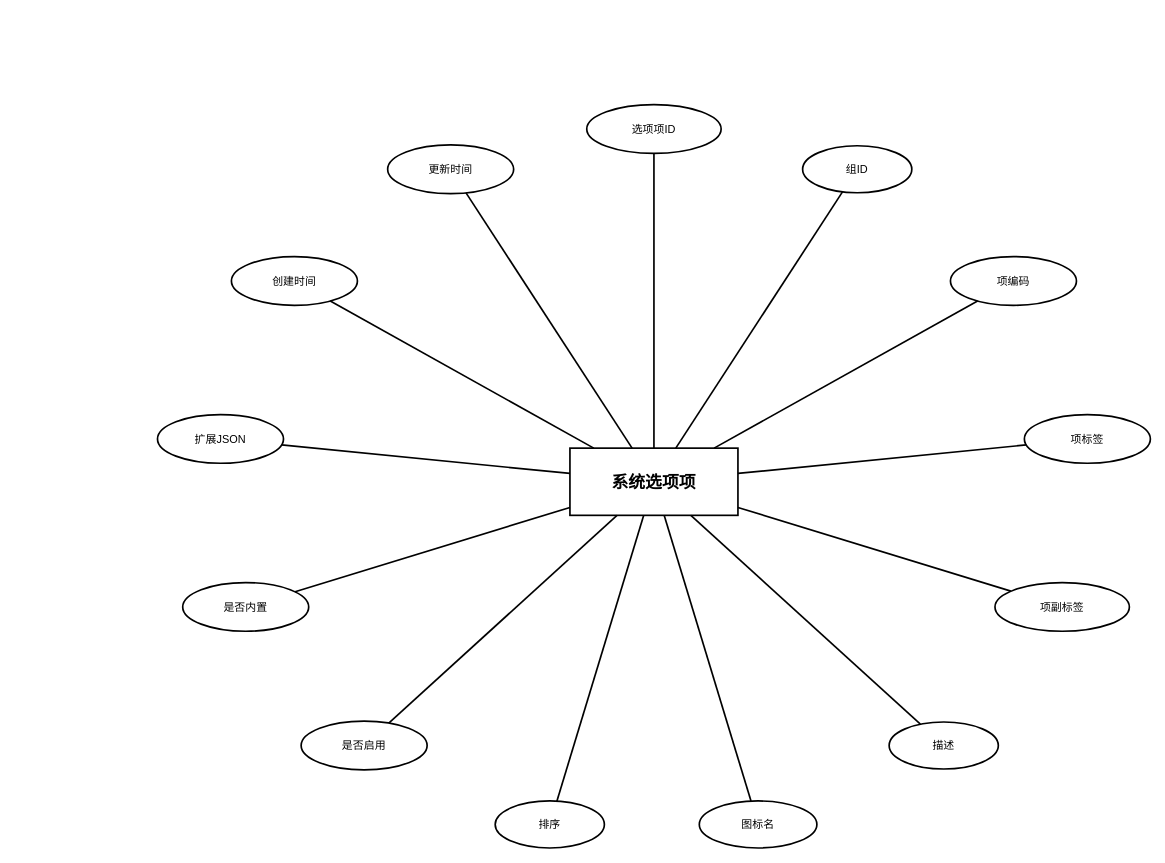
This is DOCS/thesis/figures/entity-diagrams/system_option_items/system_option_items_entity.drawio from 612cs/TrailQuest, a draw.io file, before an edit. Source tidied: cells renumbered, new cells numbered last; positions are measured from the earlier drawing's top-left corner, leaving out a move shared by most shapes. Both pictures are drawn from the tidied source at 84%, with x=0, y=0 at pixel (157, 104).
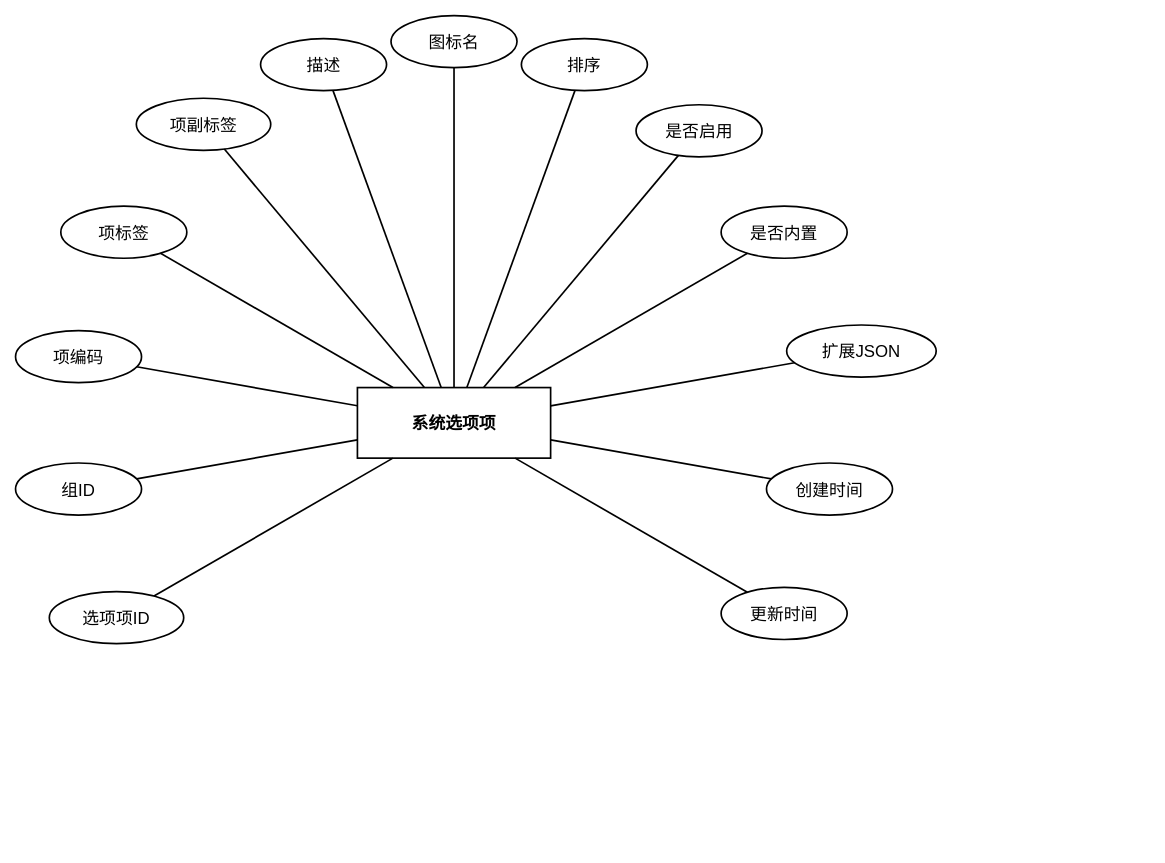
The same page after the edit.

Change to the diagram source:
```diff
@@
-    <mxCell id="2" value="系统选项项" style="rounded=0;whiteSpace=wrap;html=1;fillColor=#ffffff;strokeColor=#000000;fontColor=#000000;fontFamily=Arial;fontSize=20;fontStyle=1;align=center;verticalAlign=middle;strokeWidth=2;" parent="1" vertex="1">
-      <mxGeometry x="491" y="409" width="200" height="80" as="geometry" />
+    <mxCell id="2" value="系统选项项" style="rounded=0;whiteSpace=wrap;html=1;fillColor=none;strokeColor=#000000;fontColor=#000000;fontFamily=Arial;fontSize=20;fontStyle=1;align=center;verticalAlign=middle;strokeWidth=2;gradientColor=none;shadow=0;glass=0;" parent="1" vertex="1">
+      <mxGeometry x="238" y="336.9" width="230" height="84" as="geometry" />
     </mxCell>
-    <mxCell id="3" value="选项项ID" style="ellipse;whiteSpace=wrap;html=1;fillColor=#ffffff;strokeColor=#000000;fontColor=#000000;fontFamily=Arial;fontSize=13;align=center;verticalAlign=middle;strokeWidth=2;" parent="1" vertex="1">
-      <mxGeometry x="511" width="160" height="58" as="geometry" />
+    <mxCell id="3" value="选项项ID" style="ellipse;whiteSpace=wrap;html=1;fillColor=none;strokeColor=#000000;fontColor=#000000;fontFamily=Arial;fontSize=20;align=center;verticalAlign=middle;strokeWidth=2;gradientColor=none;shadow=0;glass=0;" parent="1" vertex="1">
+      <mxGeometry x="-128.8" y="579.8" width="160" height="62" as="geometry" />
     </mxCell>
-    <mxCell id="4" value="组ID" style="ellipse;whiteSpace=wrap;html=1;fillColor=#ffffff;strokeColor=#000000;fontColor=#000000;fontFamily=Arial;fontSize=13;align=center;verticalAlign=middle;strokeWidth=2;" parent="1" vertex="1">
-      <mxGeometry x="768" y="49" width="130" height="56" as="geometry" />
+    <mxCell id="4" value="组ID" style="ellipse;whiteSpace=wrap;html=1;fillColor=none;strokeColor=#000000;fontColor=#000000;fontFamily=Arial;fontSize=20;align=center;verticalAlign=middle;strokeWidth=2;gradientColor=none;shadow=0;glass=0;" parent="1" vertex="1">
+      <mxGeometry x="-169" y="426.7" width="150" height="62" as="geometry" />
     </mxCell>
-    <mxCell id="5" value="项编码" style="ellipse;whiteSpace=wrap;html=1;fillColor=#ffffff;strokeColor=#000000;fontColor=#000000;fontFamily=Arial;fontSize=13;align=center;verticalAlign=middle;strokeWidth=2;" parent="1" vertex="1">
-      <mxGeometry x="944" y="181" width="150" height="58" as="geometry" />
+    <mxCell id="5" value="项编码" style="ellipse;whiteSpace=wrap;html=1;fillColor=none;strokeColor=#000000;fontColor=#000000;fontFamily=Arial;fontSize=20;align=center;verticalAlign=middle;strokeWidth=2;gradientColor=none;shadow=0;glass=0;" parent="1" vertex="1">
+      <mxGeometry x="-169" y="269.1" width="150" height="62" as="geometry" />
     </mxCell>
-    <mxCell id="6" value="项标签" style="ellipse;whiteSpace=wrap;html=1;fillColor=#ffffff;strokeColor=#000000;fontColor=#000000;fontFamily=Arial;fontSize=13;align=center;verticalAlign=middle;strokeWidth=2;" parent="1" vertex="1">
-      <mxGeometry x="1032" y="369" width="150" height="58" as="geometry" />
+    <mxCell id="6" value="项标签" style="ellipse;whiteSpace=wrap;html=1;fillColor=none;strokeColor=#000000;fontColor=#000000;fontFamily=Arial;fontSize=20;align=center;verticalAlign=middle;strokeWidth=2;gradientColor=none;shadow=0;glass=0;" parent="1" vertex="1">
+      <mxGeometry x="-115.1" y="120.9" width="150" height="62" as="geometry" />
     </mxCell>
-    <mxCell id="7" value="项副标签" style="ellipse;whiteSpace=wrap;html=1;fillColor=#ffffff;strokeColor=#000000;fontColor=#000000;fontFamily=Arial;fontSize=13;align=center;verticalAlign=middle;strokeWidth=2;" parent="1" vertex="1">
-      <mxGeometry x="997" y="569" width="160" height="58" as="geometry" />
+    <mxCell id="7" value="项副标签" style="ellipse;whiteSpace=wrap;html=1;fillColor=none;strokeColor=#000000;fontColor=#000000;fontFamily=Arial;fontSize=20;align=center;verticalAlign=middle;strokeWidth=2;gradientColor=none;shadow=0;glass=0;" parent="1" vertex="1">
+      <mxGeometry x="-25.2" y="-7.5" width="160" height="62" as="geometry" />
     </mxCell>
-    <mxCell id="8" value="描述" style="ellipse;whiteSpace=wrap;html=1;fillColor=#ffffff;strokeColor=#000000;fontColor=#000000;fontFamily=Arial;fontSize=13;align=center;verticalAlign=middle;strokeWidth=2;" parent="1" vertex="1">
-      <mxGeometry x="871" y="735" width="130" height="56" as="geometry" />
+    <mxCell id="8" value="描述" style="ellipse;whiteSpace=wrap;html=1;fillColor=none;strokeColor=#000000;fontColor=#000000;fontFamily=Arial;fontSize=20;align=center;verticalAlign=middle;strokeWidth=2;gradientColor=none;shadow=0;glass=0;" parent="1" vertex="1">
+      <mxGeometry x="122.7" y="-78.6" width="150" height="62" as="geometry" />
     </mxCell>
-    <mxCell id="9" value="图标名" style="ellipse;whiteSpace=wrap;html=1;fillColor=#ffffff;strokeColor=#000000;fontColor=#000000;fontFamily=Arial;fontSize=13;align=center;verticalAlign=middle;strokeWidth=2;" parent="1" vertex="1">
-      <mxGeometry x="645" y="829" width="140" height="56" as="geometry" />
+    <mxCell id="9" value="图标名" style="ellipse;whiteSpace=wrap;html=1;fillColor=none;strokeColor=#000000;fontColor=#000000;fontFamily=Arial;fontSize=20;align=center;verticalAlign=middle;strokeWidth=2;gradientColor=none;shadow=0;glass=0;" parent="1" vertex="1">
+      <mxGeometry x="278" y="-106" width="150" height="62" as="geometry" />
     </mxCell>
-    <mxCell id="10" value="排序" style="ellipse;whiteSpace=wrap;html=1;fillColor=#ffffff;strokeColor=#000000;fontColor=#000000;fontFamily=Arial;fontSize=13;align=center;verticalAlign=middle;strokeWidth=2;" parent="1" vertex="1">
-      <mxGeometry x="402" y="829" width="130" height="56" as="geometry" />
+    <mxCell id="10" value="排序" style="ellipse;whiteSpace=wrap;html=1;fillColor=none;strokeColor=#000000;fontColor=#000000;fontFamily=Arial;fontSize=20;align=center;verticalAlign=middle;strokeWidth=2;gradientColor=none;shadow=0;glass=0;" parent="1" vertex="1">
+      <mxGeometry x="433.2" y="-78.6" width="150" height="62" as="geometry" />
     </mxCell>
-    <mxCell id="11" value="是否启用" style="ellipse;whiteSpace=wrap;html=1;fillColor=#ffffff;strokeColor=#000000;fontColor=#000000;fontFamily=Arial;fontSize=13;align=center;verticalAlign=middle;strokeWidth=2;" parent="1" vertex="1">
-      <mxGeometry x="171" y="734" width="150" height="58" as="geometry" />
+    <mxCell id="11" value="是否启用" style="ellipse;whiteSpace=wrap;html=1;fillColor=none;strokeColor=#000000;fontColor=#000000;fontFamily=Arial;fontSize=20;align=center;verticalAlign=middle;strokeWidth=2;gradientColor=none;shadow=0;glass=0;" parent="1" vertex="1">
+      <mxGeometry x="569.7" y="0.2" width="150" height="62" as="geometry" />
     </mxCell>
-    <mxCell id="12" value="是否内置" style="ellipse;whiteSpace=wrap;html=1;fillColor=#ffffff;strokeColor=#000000;fontColor=#000000;fontFamily=Arial;fontSize=13;align=center;verticalAlign=middle;strokeWidth=2;" parent="1" vertex="1">
-      <mxGeometry x="30" y="569" width="150" height="58" as="geometry" />
+    <mxCell id="12" value="是否内置" style="ellipse;whiteSpace=wrap;html=1;fillColor=none;strokeColor=#000000;fontColor=#000000;fontFamily=Arial;fontSize=20;align=center;verticalAlign=middle;strokeWidth=2;gradientColor=none;shadow=0;glass=0;" parent="1" vertex="1">
+      <mxGeometry x="671" y="120.9" width="150" height="62" as="geometry" />
     </mxCell>
-    <mxCell id="13" value="扩展JSON" style="ellipse;whiteSpace=wrap;html=1;fillColor=#ffffff;strokeColor=#000000;fontColor=#000000;fontFamily=Arial;fontSize=13;align=center;verticalAlign=middle;strokeWidth=2;" parent="1" vertex="1">
-      <mxGeometry y="369" width="150" height="58" as="geometry" />
+    <mxCell id="13" value="扩展JSON" style="ellipse;whiteSpace=wrap;html=1;fillColor=none;strokeColor=#000000;fontColor=#000000;fontFamily=Arial;fontSize=20;align=center;verticalAlign=middle;strokeWidth=2;gradientColor=none;shadow=0;glass=0;" parent="1" vertex="1">
+      <mxGeometry x="749" y="262.4" width="178" height="62" as="geometry" />
     </mxCell>
-    <mxCell id="14" value="创建时间" style="ellipse;whiteSpace=wrap;html=1;fillColor=#ffffff;strokeColor=#000000;fontColor=#000000;fontFamily=Arial;fontSize=13;align=center;verticalAlign=middle;strokeWidth=2;" parent="1" vertex="1">
-      <mxGeometry x="88" y="181" width="150" height="58" as="geometry" />
+    <mxCell id="14" value="创建时间" style="ellipse;whiteSpace=wrap;html=1;fillColor=none;strokeColor=#000000;fontColor=#000000;fontFamily=Arial;fontSize=20;align=center;verticalAlign=middle;strokeWidth=2;gradientColor=none;shadow=0;glass=0;" parent="1" vertex="1">
+      <mxGeometry x="725" y="426.7" width="150" height="62" as="geometry" />
     </mxCell>
-    <mxCell id="15" value="更新时间" style="ellipse;whiteSpace=wrap;html=1;fillColor=#ffffff;strokeColor=#000000;fontColor=#000000;fontFamily=Arial;fontSize=13;align=center;verticalAlign=middle;strokeWidth=2;" parent="1" vertex="1">
-      <mxGeometry x="274" y="48" width="150" height="58" as="geometry" />
+    <mxCell id="15" value="更新时间" style="ellipse;whiteSpace=wrap;html=1;fillColor=none;strokeColor=#000000;fontColor=#000000;fontFamily=Arial;fontSize=20;align=center;verticalAlign=middle;strokeWidth=2;gradientColor=none;shadow=0;glass=0;" parent="1" vertex="1">
+      <mxGeometry x="671" y="574.8" width="150" height="62" as="geometry" />
     </mxCell>
```
